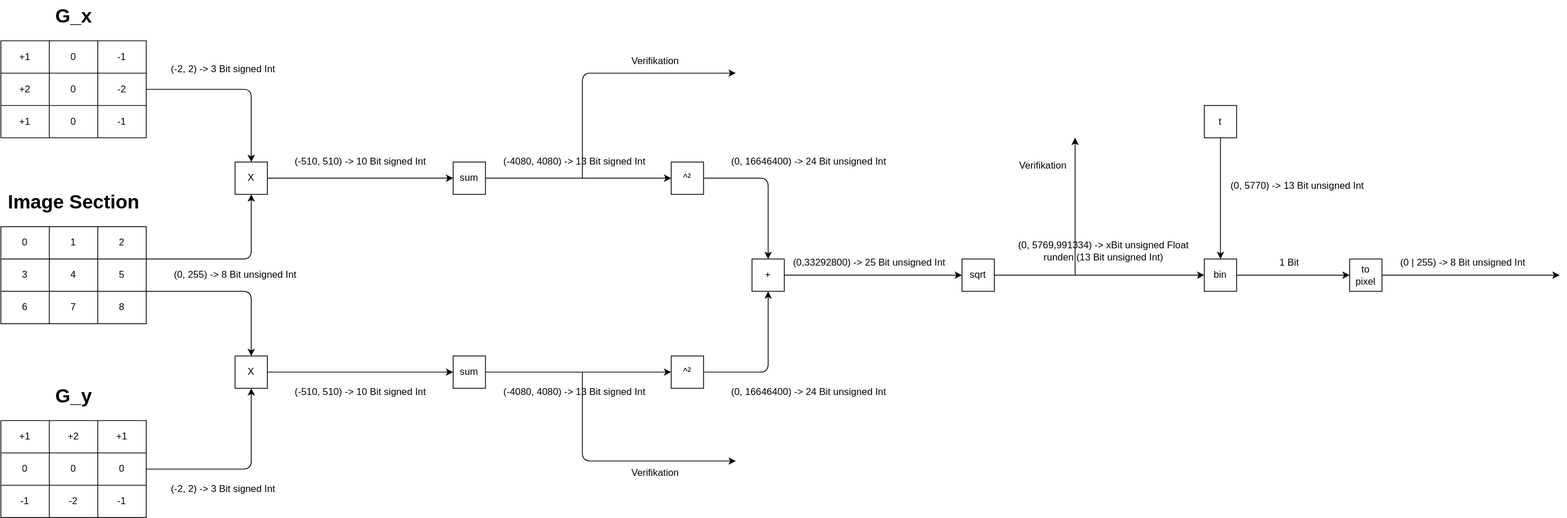
davdav79/Hardware-accelerated-edge-dectection-on-ZedBoard keeps this draw.io diagram as vivado/sobel.drawio.svg. Above is the earlier version. Source tidied: cells renumbered, new cells last; positions are measured from the earlier drawing's top-left corner, leaving out a move shared by most shapes.
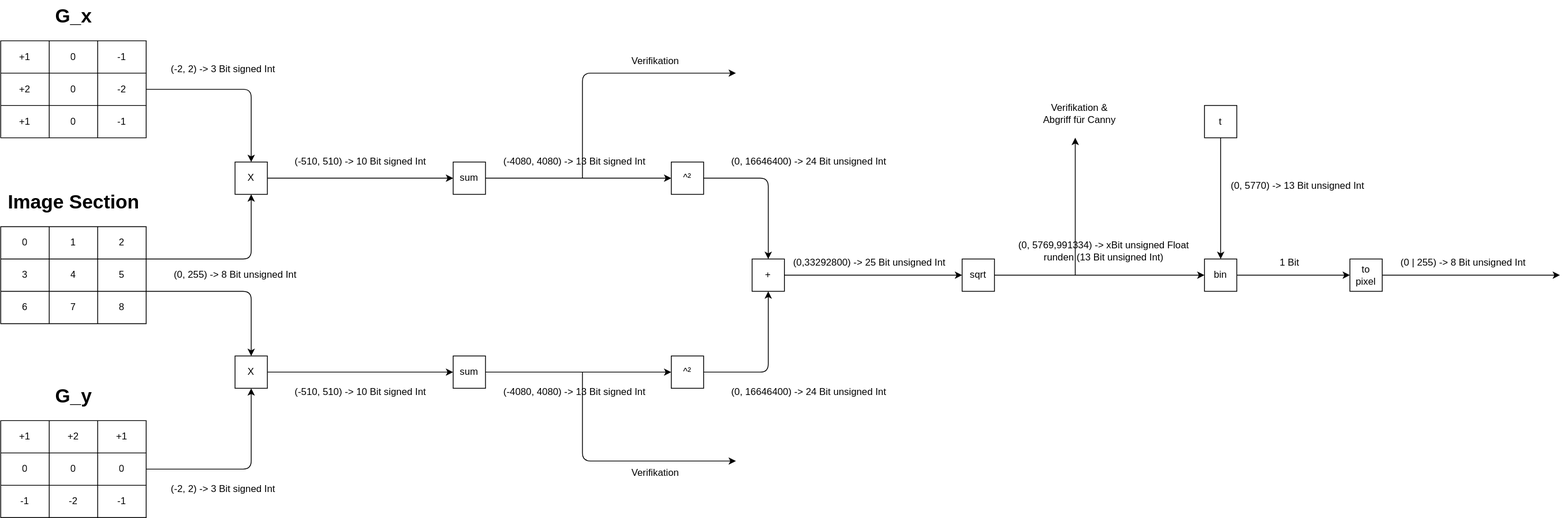
The same diagram one commit later.

Commit message:
minor adjustment in graph

Diff of the diagram source:
```diff
@@ -289,8 +289,8 @@
     <mxCell id="82" value="Verifikation" style="text;html=1;align=center;verticalAlign=middle;strokeColor=none;fillColor=none;" parent="1" vertex="1">
       <mxGeometry x="770" y="60" width="80" height="30" as="geometry" />
     </mxCell>
-    <mxCell id="83" value="Verifikation" style="text;html=1;align=center;verticalAlign=middle;strokeColor=none;fillColor=none;" parent="1" vertex="1">
-      <mxGeometry x="1250" y="190" width="80" height="30" as="geometry" />
+    <mxCell id="83" value="Verifikation &amp;amp;&lt;br&gt;Abgriff für Canny" style="text;html=1;align=center;verticalAlign=middle;strokeColor=none;fillColor=none;" parent="1" vertex="1">
+      <mxGeometry x="1280" y="120" width="110" height="40" as="geometry" />
     </mxCell>
     <mxCell id="84" value="(-2, 2) -&amp;gt; 3 Bit signed Int" style="text;html=1;align=center;verticalAlign=middle;strokeColor=none;fillColor=none;" parent="1" vertex="1">
       <mxGeometry x="200" y="590" width="150" height="30" as="geometry" />
```
